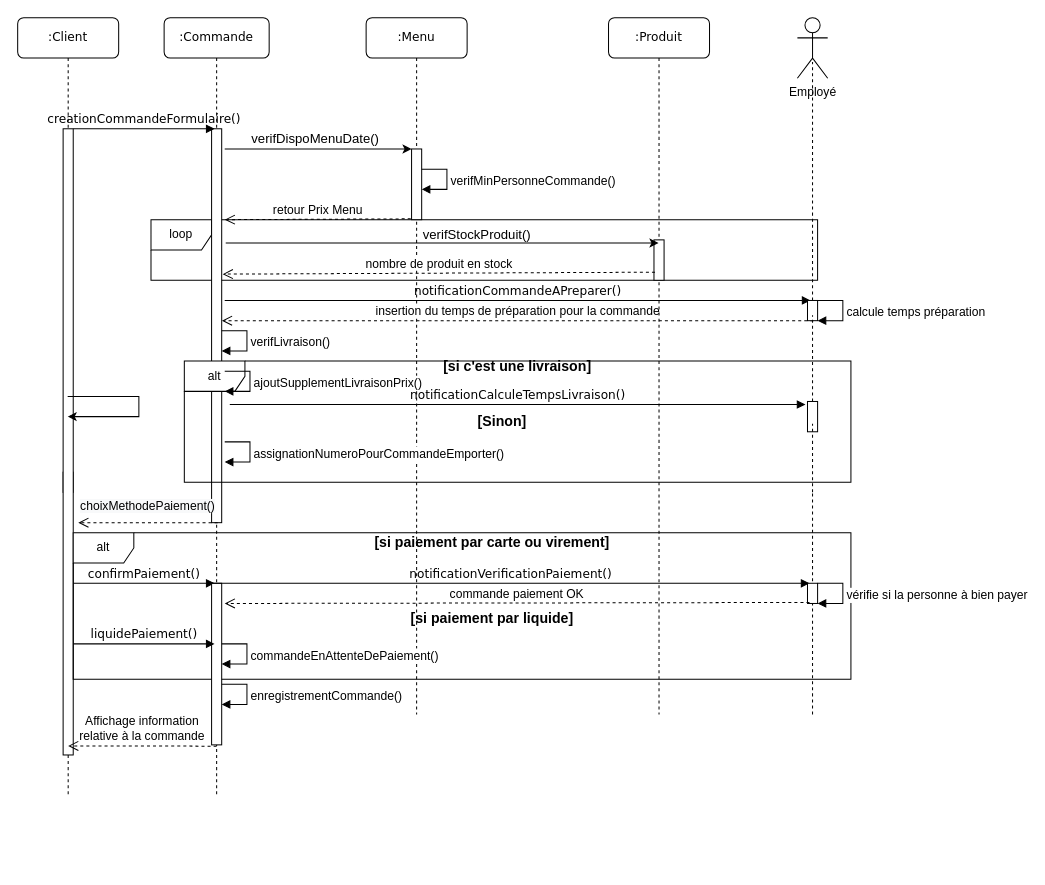
NHatim/aca keeps this draw.io diagram as diagramme_dinteraction.drawio. Above is the earlier version. Source tidied: cells renumbered, new cells numbered last; positions are measured from the earlier drawing's top-left corner, leaving out a move shared by most shapes. Both pictures are drawn from the tidied source at 101%, with x=0, y=0 at pixel (17, 17).
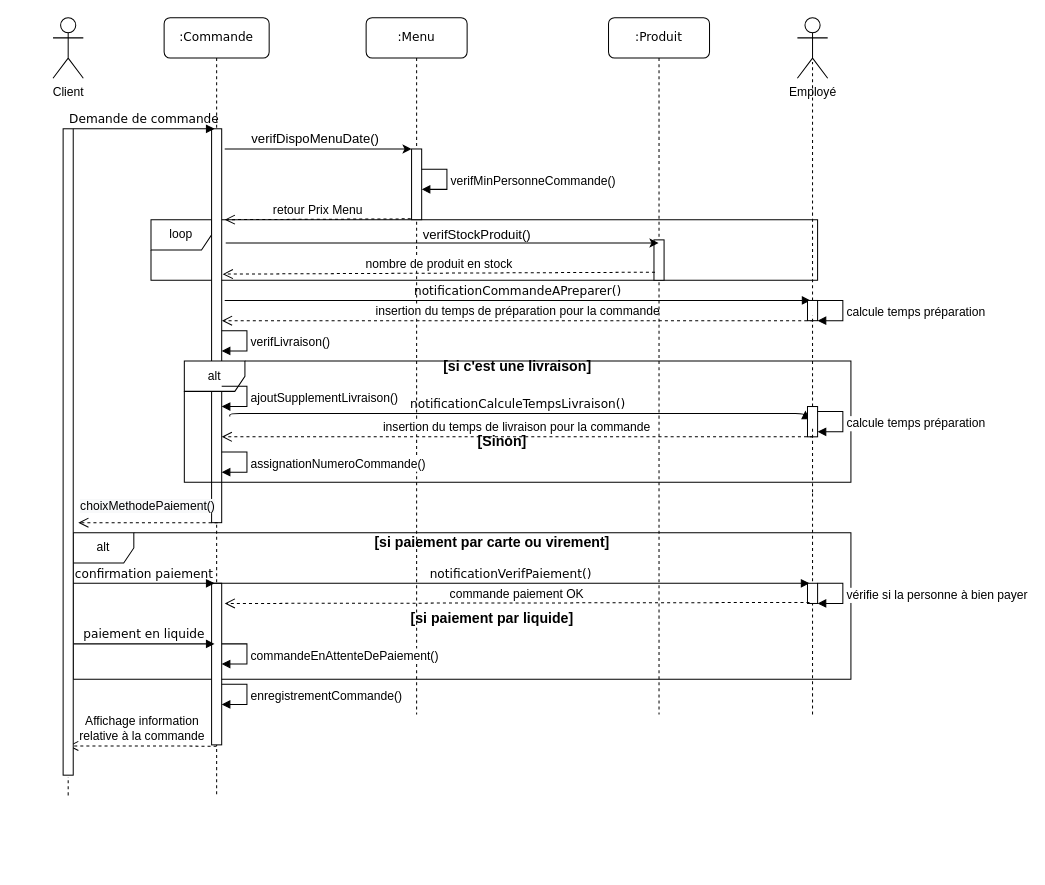
After the change.

The change refers to these unchanged cells:
```xml
<mxCell id="43" style="html=1;points=[];perimeter=orthogonalPerimeter;rounded=0;shadow=0;comic=0;labelBackgroundColor=none;strokeWidth=1;fontFamily=Verdana;fontSize=12;align=center;" parent="1" vertex="1">
  <mxGeometry x="782" y="560" width="10" height="20" as="geometry" />
</mxCell>
```

What changed in the source:
```diff
@@
-    <mxCell id="3" value=":Client" style="shape=umlLifeline;perimeter=lifelinePerimeter;whiteSpace=wrap;html=1;outlineConnect=0;rounded=1;shadow=0;comic=0;labelBackgroundColor=none;strokeWidth=1;fontFamily=Verdana;fontSize=12;align=center;" parent="1" vertex="1">
-      <mxGeometry width="100" height="770" as="geometry" />
-    </mxCell>
-    <mxCell id="4" style="html=1;perimeter=orthogonalPerimeter;" parent="3" vertex="1">
-      <mxGeometry x="45" y="450" width="10" height="20" as="geometry" />
-    </mxCell>
-    <mxCell id="5" style="html=1;perimeter=orthogonalPerimeter;rounded=0;shadow=0;comic=0;labelBackgroundColor=none;strokeWidth=1;fontFamily=Verdana;fontSize=12;align=center;" parent="3" vertex="1">
-      <mxGeometry x="45" y="110" width="10" height="620" as="geometry" />
-    </mxCell>
@@
-    <mxCell id="16" value="ajoutSupplementLivraisonPrix()" style="edgeStyle=orthogonalEdgeStyle;html=1;align=left;spacingLeft=2;endArrow=block;rounded=0;entryX=1;entryY=0;fontSize=12;" parent="1" edge="1">
+    <mxCell id="16" value="ajoutSupplementLivraison()" style="edgeStyle=orthogonalEdgeStyle;html=1;align=left;spacingLeft=2;endArrow=block;rounded=0;entryX=1;entryY=0;fontSize=12;" parent="1" edge="1">
       <mxGeometry x="0.07" relative="1" as="geometry">
-        <mxPoint x="205" y="350" as="sourcePoint" />
-        <mxPoint x="205" y="370" as="targetPoint" />
+        <mxPoint x="202" y="365" as="sourcePoint" />
+        <mxPoint x="202" y="385" as="targetPoint" />
         <Array as="points">
-          <mxPoint x="230" y="350" />
+          <mxPoint x="227" y="365" />
         </Array>
       </mxGeometry>
     </mxCell>
     <mxCell id="17" value="&lt;span style=&quot;font-size: 14px&quot;&gt;&lt;b&gt;[Sinon]&lt;/b&gt;&lt;/span&gt;" style="text;html=1;strokeColor=none;fillColor=none;align=center;verticalAlign=middle;whiteSpace=wrap;rounded=0;" parent="1" vertex="1">
-      <mxGeometry x="265" y="390" width="430" height="20" as="geometry" />
+      <mxGeometry x="265" y="410" width="430" height="20" as="geometry" />
     </mxCell>
@@
-    <mxCell id="23" value="assignationNumeroPourCommandeEmporter()" style="edgeStyle=orthogonalEdgeStyle;html=1;align=left;spacingLeft=2;endArrow=block;rounded=0;entryX=1;entryY=0;fontSize=12;" parent="1" edge="1">
+    <mxCell id="23" value="assignationNumeroCommande()" style="edgeStyle=orthogonalEdgeStyle;html=1;align=left;spacingLeft=2;endArrow=block;rounded=0;entryX=1;entryY=0;fontSize=12;" parent="1" edge="1">
       <mxGeometry x="0.07" relative="1" as="geometry">
-        <mxPoint x="205" y="420" as="sourcePoint" />
-        <mxPoint x="205" y="440" as="targetPoint" />
+        <mxPoint x="202" y="430" as="sourcePoint" />
+        <mxPoint x="202" y="450" as="targetPoint" />
         <Array as="points">
-          <mxPoint x="230" y="420" />
-          <mxPoint x="230" y="440" />
+          <mxPoint x="227" y="430" />
+          <mxPoint x="227" y="450" />
         </Array>
       </mxGeometry>
     </mxCell>
@@
-    <mxCell id="31" value="creationCommandeFormulaire()" style="html=1;verticalAlign=bottom;endArrow=block;labelBackgroundColor=none;fontFamily=Verdana;fontSize=12;edgeStyle=elbowEdgeStyle;elbow=vertical;" parent="1" edge="1">
+    <mxCell id="31" value="Demande de commande" style="html=1;verticalAlign=bottom;endArrow=block;labelBackgroundColor=none;fontFamily=Verdana;fontSize=12;edgeStyle=elbowEdgeStyle;elbow=vertical;" parent="1" edge="1">
       <mxGeometry relative="1" as="geometry">
         <mxPoint x="55" y="110" as="sourcePoint" />
         <mxPoint x="195" y="110" as="targetPoint" />
       </mxGeometry>
     </mxCell>
     <mxCell id="32" value="notificationCalculeTempsLivraison()" style="html=1;verticalAlign=bottom;endArrow=block;labelBackgroundColor=none;fontFamily=Verdana;fontSize=12;edgeStyle=elbowEdgeStyle;elbow=vertical;entryX=-0.2;entryY=0.133;entryDx=0;entryDy=0;entryPerimeter=0;" parent="1" edge="1" target="46">
       <mxGeometry relative="1" as="geometry">
-        <mxPoint x="210" y="383" as="sourcePoint" />
+        <mxPoint x="210" y="395" as="sourcePoint" />
       </mxGeometry>
     </mxCell>
@@
-    <mxCell id="36" value="confirmPaiement()" style="html=1;verticalAlign=bottom;endArrow=block;labelBackgroundColor=none;fontFamily=Verdana;fontSize=12;edgeStyle=elbowEdgeStyle;elbow=vertical;" parent="1" edge="1">
-      <mxGeometry relative="1" as="geometry">
-        <mxPoint x="55" y="560" as="sourcePoint" />
-        <mxPoint x="195" y="560" as="targetPoint" />
-      </mxGeometry>
-    </mxCell>
@@
-    <mxCell id="38" style="edgeStyle=orthogonalEdgeStyle;rounded=0;orthogonalLoop=1;jettySize=auto;html=1;" parent="1" edge="1" source="3" target="3">
-      <mxGeometry relative="1" as="geometry" />
-    </mxCell>
@@
-    <mxCell id="41" value="liquidePaiement()" style="html=1;verticalAlign=bottom;endArrow=block;labelBackgroundColor=none;fontFamily=Verdana;fontSize=12;edgeStyle=elbowEdgeStyle;elbow=vertical;" parent="1" edge="1">
+    <mxCell id="41" value="paiement en liquide" style="html=1;verticalAlign=bottom;endArrow=block;labelBackgroundColor=none;fontFamily=Verdana;fontSize=12;edgeStyle=elbowEdgeStyle;elbow=vertical;" parent="1" edge="1">
       <mxGeometry relative="1" as="geometry">
         <mxPoint x="55" y="620" as="sourcePoint" />
         <mxPoint x="195" y="620" as="targetPoint" />
       </mxGeometry>
     </mxCell>
-    <mxCell id="42" value="notificationVerificationPaiement()" style="html=1;verticalAlign=bottom;endArrow=block;labelBackgroundColor=none;fontFamily=Verdana;fontSize=12;edgeStyle=elbowEdgeStyle;elbow=vertical;entryX=0.2;entryY=0.033;entryDx=0;entryDy=0;entryPerimeter=0;" parent="1" edge="1" target="43">
+    <mxCell id="42" value="notificationVerifPaiement()" style="html=1;verticalAlign=bottom;endArrow=block;labelBackgroundColor=none;fontFamily=Verdana;fontSize=12;edgeStyle=elbowEdgeStyle;elbow=vertical;entryX=0.2;entryY=0.033;entryDx=0;entryDy=0;entryPerimeter=0;" parent="1" edge="1" target="43">
       <mxGeometry relative="1" as="geometry">
         <mxPoint x="192" y="560" as="sourcePoint" />
       </mxGeometry>
     </mxCell>
@@
     <mxCell id="46" style="html=1;points=[];perimeter=orthogonalPerimeter;rounded=0;shadow=0;comic=0;labelBackgroundColor=none;strokeWidth=1;fontFamily=Verdana;fontSize=12;align=center;" parent="1" vertex="1">
-      <mxGeometry x="782" y="380" width="10" height="30" as="geometry" />
+      <mxGeometry x="782" y="385" width="10" height="30" as="geometry" />
     </mxCell>
@@
+    <mxCell id="54" value="Client" style="shape=umlActor;verticalLabelPosition=bottom;verticalAlign=top;html=1;" parent="1" vertex="1">
+      <mxGeometry x="35" width="30" height="60" as="geometry" />
+    </mxCell>
+    <mxCell id="55" style="html=1;points=[];perimeter=orthogonalPerimeter;rounded=0;shadow=0;comic=0;labelBackgroundColor=none;strokeWidth=1;fontFamily=Verdana;fontSize=12;align=center;" parent="1" vertex="1">
+      <mxGeometry x="45" y="110" width="10" height="640" as="geometry" />
+    </mxCell>
+    <mxCell id="56" style="endArrow=none;dashed=1;html=1;entryX=0.5;entryY=1.003;entryDx=0;entryDy=0;entryPerimeter=0;" parent="1" edge="1" target="55">
+      <mxGeometry relative="1" as="geometry">
+        <mxPoint x="50" y="770" as="sourcePoint" />
+      </mxGeometry>
+    </mxCell>
+    <mxCell id="36" value="confirmation paiement" style="html=1;verticalAlign=bottom;endArrow=block;labelBackgroundColor=none;fontFamily=Verdana;fontSize=12;edgeStyle=elbowEdgeStyle;elbow=vertical;" parent="1" edge="1">
+      <mxGeometry relative="1" as="geometry">
+        <mxPoint x="55" y="560" as="sourcePoint" />
+        <mxPoint x="195" y="560" as="targetPoint" />
+      </mxGeometry>
+    </mxCell>
+    <mxCell id="57" value="calcule temps préparation" style="edgeStyle=orthogonalEdgeStyle;html=1;align=left;spacingLeft=2;endArrow=block;rounded=0;entryX=1;entryY=0;fontSize=12;" parent="1" edge="1">
+      <mxGeometry x="0.07" relative="1" as="geometry">
+        <mxPoint x="792" y="390" as="sourcePoint" />
+        <mxPoint x="792" y="410" as="targetPoint" />
+        <Array as="points">
+          <mxPoint x="817" y="390" />
+        </Array>
+      </mxGeometry>
+    </mxCell>
+    <mxCell id="58" value="insertion du temps de livraison pour la commande" style="html=1;verticalAlign=bottom;endArrow=open;dashed=1;endSize=8;fontSize=12;exitX=-0.083;exitY=0.988;exitDx=0;exitDy=0;exitPerimeter=0;" parent="1" edge="1">
+      <mxGeometry relative="1" as="geometry">
+        <mxPoint x="787.5" y="415" as="sourcePoint" />
+        <mxPoint x="202" y="415" as="targetPoint" />
+      </mxGeometry>
+    </mxCell>
```
